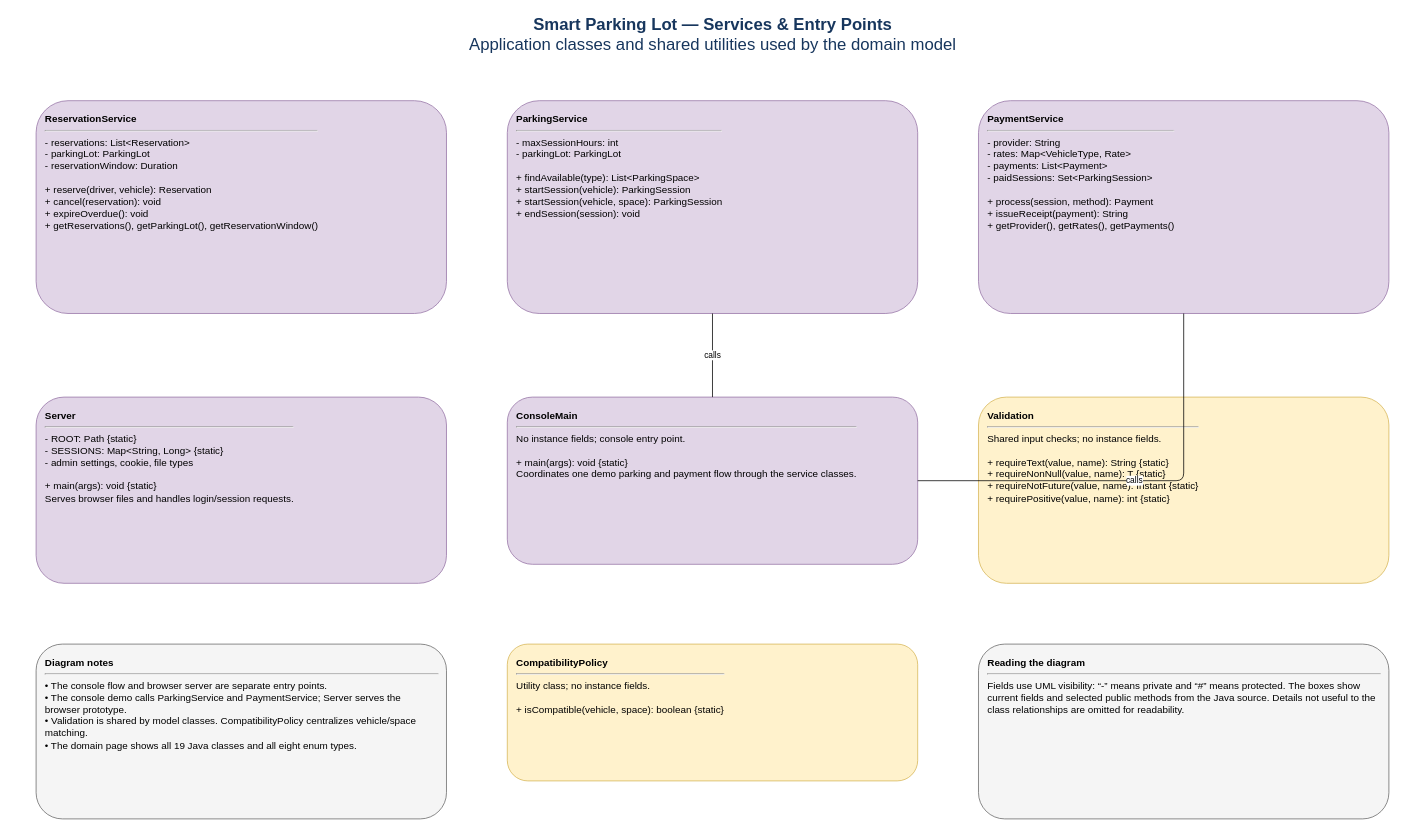
The draw.io diagram page "Services & Entry Points" (2 of 2) of diagrams/SPLS_Class_Diagram.drawio in andreinidea886-wq/Smart-Parking-lot, before the edit. Source tidied: cells renumbered, new cells numbered last; positions are measured from the earlier drawing's top-left corner, leaving out a move shared by most shapes. Both pictures are drawn from the tidied source at 76%, with x=0, y=0 at pixel (13, 13).
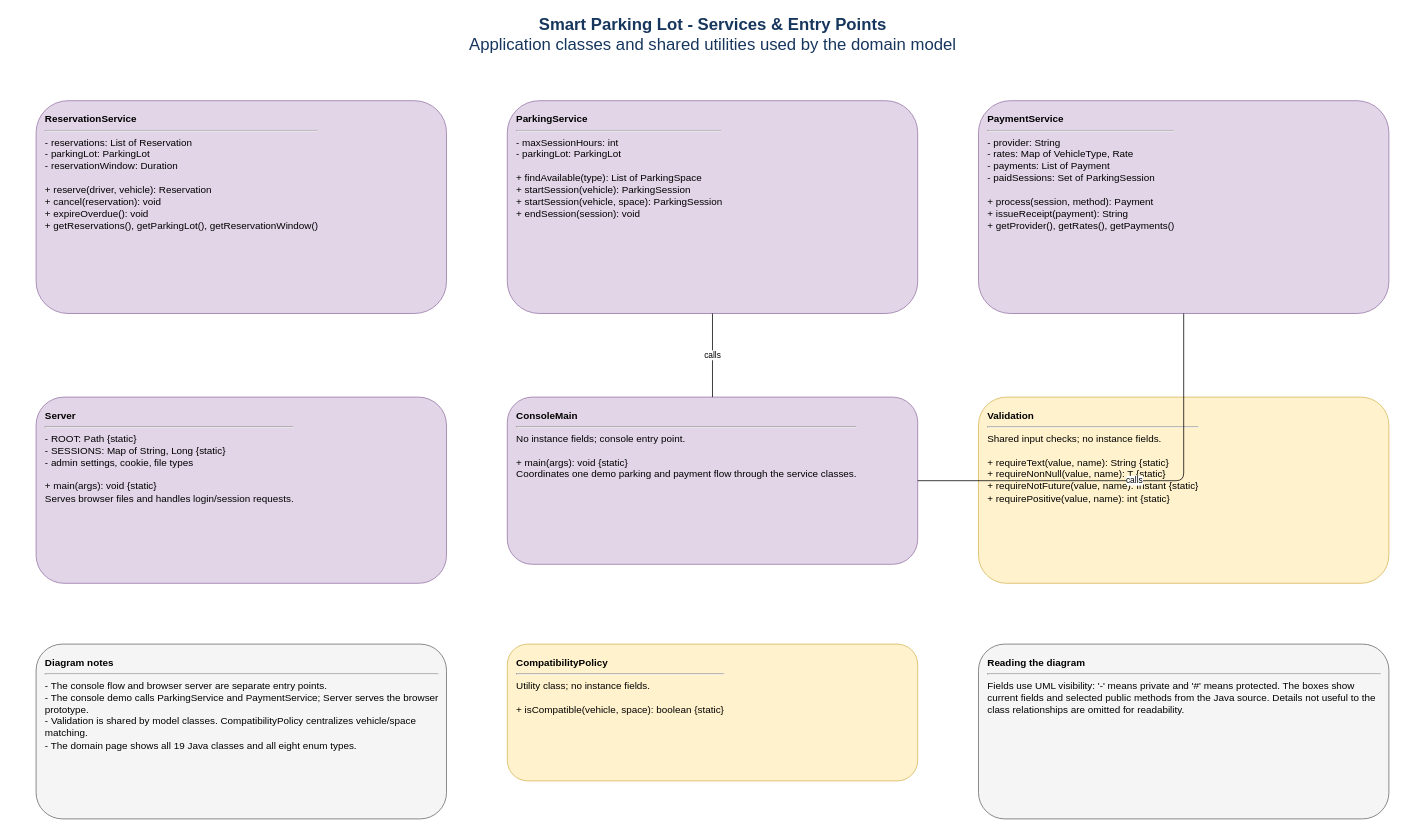
The same page after the edit.

Commit message (it also covers changes not shown here):
Fix class diagram text labels

What changed in the source:
```diff
@@
 <mxGraphModel>
   <root>
     <mxCell id="0" />
     <mxCell id="1" parent="0" />
-    <mxCell id="2" value="&lt;b&gt;Smart Parking Lot — Services &amp; Entry Points&lt;/b&gt;&lt;br/&gt;Application classes and shared utilities used by the domain model" style="text;html=1;align=center;verticalAlign=middle;fontSize=22;fontColor=#17365D;" parent="1" vertex="1">
+    <mxCell id="2" value="&lt;b&gt;Smart Parking Lot  -  Services &amp; Entry Points&lt;/b&gt;&lt;br/&gt;Application classes and shared utilities used by the domain model" style="text;html=1;align=center;verticalAlign=middle;fontSize=22;fontColor=#17365D;" parent="1" vertex="1">
       <mxGeometry width="1840" height="55" as="geometry" />
     </mxCell>
-    <mxCell id="3" value="&lt;b&gt;ReservationService&lt;/b&gt;&lt;hr align='left'/&gt;- reservations: List&amp;lt;Reservation&amp;gt;&lt;br/&gt;- parkingLot: ParkingLot&lt;br/&gt;- reservationWindow: Duration&lt;br/&gt;&lt;br/&gt;+ reserve(driver, vehicle): Reservation&lt;br/&gt;+ cancel(reservation): void&lt;br/&gt;+ expireOverdue(): void&lt;br/&gt;+ getReservations(), getParkingLot(), getReservationWindow()" style="rounded=1;whiteSpace=wrap;html=1;align=left;verticalAlign=top;spacing=12;fontSize=13;fillColor=#e1d5e7;strokeColor=#9673a6;" parent="1" vertex="1">
+    <mxCell id="3" value="&lt;b&gt;ReservationService&lt;/b&gt;&lt;hr align='left'/&gt;- reservations: List of Reservation&lt;br/&gt;- parkingLot: ParkingLot&lt;br/&gt;- reservationWindow: Duration&lt;br/&gt;&lt;br/&gt;+ reserve(driver, vehicle): Reservation&lt;br/&gt;+ cancel(reservation): void&lt;br/&gt;+ expireOverdue(): void&lt;br/&gt;+ getReservations(), getParkingLot(), getReservationWindow()" style="rounded=1;whiteSpace=wrap;html=1;align=left;verticalAlign=top;spacing=12;fontSize=13;fillColor=#e1d5e7;strokeColor=#9673a6;" parent="1" vertex="1">
       <mxGeometry x="30" y="115" width="540" height="280" as="geometry" />
     </mxCell>
-    <mxCell id="4" value="&lt;b&gt;ParkingService&lt;/b&gt;&lt;hr align='left'/&gt;- maxSessionHours: int&lt;br/&gt;- parkingLot: ParkingLot&lt;br/&gt;&lt;br/&gt;+ findAvailable(type): List&amp;lt;ParkingSpace&amp;gt;&lt;br/&gt;+ startSession(vehicle): ParkingSession&lt;br/&gt;+ startSession(vehicle, space): ParkingSession&lt;br/&gt;+ endSession(session): void" style="rounded=1;whiteSpace=wrap;html=1;align=left;verticalAlign=top;spacing=12;fontSize=13;fillColor=#e1d5e7;strokeColor=#9673a6;" parent="1" vertex="1">
+    <mxCell id="4" value="&lt;b&gt;ParkingService&lt;/b&gt;&lt;hr align='left'/&gt;- maxSessionHours: int&lt;br/&gt;- parkingLot: ParkingLot&lt;br/&gt;&lt;br/&gt;+ findAvailable(type): List of ParkingSpace&lt;br/&gt;+ startSession(vehicle): ParkingSession&lt;br/&gt;+ startSession(vehicle, space): ParkingSession&lt;br/&gt;+ endSession(session): void" style="rounded=1;whiteSpace=wrap;html=1;align=left;verticalAlign=top;spacing=12;fontSize=13;fillColor=#e1d5e7;strokeColor=#9673a6;" parent="1" vertex="1">
       <mxGeometry x="650" y="115" width="540" height="280" as="geometry" />
     </mxCell>
-    <mxCell id="5" value="&lt;b&gt;PaymentService&lt;/b&gt;&lt;hr align='left'/&gt;- provider: String&lt;br/&gt;- rates: Map&amp;lt;VehicleType, Rate&amp;gt;&lt;br/&gt;- payments: List&amp;lt;Payment&amp;gt;&lt;br/&gt;- paidSessions: Set&amp;lt;ParkingSession&amp;gt;&lt;br/&gt;&lt;br/&gt;+ process(session, method): Payment&lt;br/&gt;+ issueReceipt(payment): String&lt;br/&gt;+ getProvider(), getRates(), getPayments()" style="rounded=1;whiteSpace=wrap;html=1;align=left;verticalAlign=top;spacing=12;fontSize=13;fillColor=#e1d5e7;strokeColor=#9673a6;" parent="1" vertex="1">
+    <mxCell id="5" value="&lt;b&gt;PaymentService&lt;/b&gt;&lt;hr align='left'/&gt;- provider: String&lt;br/&gt;- rates: Map of VehicleType, Rate&lt;br/&gt;- payments: List of Payment&lt;br/&gt;- paidSessions: Set of ParkingSession&lt;br/&gt;&lt;br/&gt;+ process(session, method): Payment&lt;br/&gt;+ issueReceipt(payment): String&lt;br/&gt;+ getProvider(), getRates(), getPayments()" style="rounded=1;whiteSpace=wrap;html=1;align=left;verticalAlign=top;spacing=12;fontSize=13;fillColor=#e1d5e7;strokeColor=#9673a6;" parent="1" vertex="1">
       <mxGeometry x="1270" y="115" width="540" height="280" as="geometry" />
     </mxCell>
-    <mxCell id="6" value="&lt;b&gt;Server&lt;/b&gt;&lt;hr align='left'/&gt;- ROOT: Path {static}&lt;br/&gt;- SESSIONS: Map&amp;lt;String, Long&amp;gt; {static}&lt;br/&gt;- admin settings, cookie, file types&lt;br/&gt;&lt;br/&gt;+ main(args): void {static}&lt;br/&gt;Serves browser files and handles login/session requests." style="rounded=1;whiteSpace=wrap;html=1;align=left;verticalAlign=top;spacing=12;fontSize=13;fillColor=#e1d5e7;strokeColor=#9673a6;" parent="1" vertex="1">
+    <mxCell id="6" value="&lt;b&gt;Server&lt;/b&gt;&lt;hr align='left'/&gt;- ROOT: Path {static}&lt;br/&gt;- SESSIONS: Map of String, Long {static}&lt;br/&gt;- admin settings, cookie, file types&lt;br/&gt;&lt;br/&gt;+ main(args): void {static}&lt;br/&gt;Serves browser files and handles login/session requests." style="rounded=1;whiteSpace=wrap;html=1;align=left;verticalAlign=top;spacing=12;fontSize=13;fillColor=#e1d5e7;strokeColor=#9673a6;" parent="1" vertex="1">
       <mxGeometry x="30" y="505" width="540" height="245" as="geometry" />
     </mxCell>
     <mxCell id="7" value="&lt;b&gt;ConsoleMain&lt;/b&gt;&lt;hr align='left'/&gt;No instance fields; console entry point.&lt;br/&gt;&lt;br/&gt;+ main(args): void {static}&lt;br/&gt;Coordinates one demo parking and payment flow through the service classes." style="rounded=1;whiteSpace=wrap;html=1;align=left;verticalAlign=top;spacing=12;fontSize=13;fillColor=#e1d5e7;strokeColor=#9673a6;" parent="1" vertex="1">
       <mxGeometry x="650" y="505" width="540" height="220" as="geometry" />
     </mxCell>
     <mxCell id="8" value="&lt;b&gt;Validation&lt;/b&gt;&lt;hr align='left'/&gt;Shared input checks; no instance fields.&lt;br/&gt;&lt;br/&gt;+ requireText(value, name): String {static}&lt;br/&gt;+ requireNonNull(value, name): T {static}&lt;br/&gt;+ requireNotFuture(value, name): Instant {static}&lt;br/&gt;+ requirePositive(value, name): int {static}" style="rounded=1;whiteSpace=wrap;html=1;align=left;verticalAlign=top;spacing=12;fontSize=13;fillColor=#fff2cc;strokeColor=#d6b656;" parent="1" vertex="1">
       <mxGeometry x="1270" y="505" width="540" height="245" as="geometry" />
     </mxCell>
     <mxCell id="9" value="&lt;b&gt;CompatibilityPolicy&lt;/b&gt;&lt;hr align='left'/&gt;Utility class; no instance fields.&lt;br/&gt;&lt;br/&gt;+ isCompatible(vehicle, space): boolean {static}" style="rounded=1;whiteSpace=wrap;html=1;align=left;verticalAlign=top;spacing=12;fontSize=13;fillColor=#fff2cc;strokeColor=#d6b656;" parent="1" vertex="1">
       <mxGeometry x="650" y="830" width="540" height="180" as="geometry" />
     </mxCell>
-    <mxCell id="10" value="&lt;b&gt;Diagram notes&lt;/b&gt;&lt;hr align='left'/&gt;• The console flow and browser server are separate entry points.&lt;br/&gt;• The console demo calls ParkingService and PaymentService; Server serves the browser prototype.&lt;br/&gt;• Validation is shared by model classes. CompatibilityPolicy centralizes vehicle/space matching.&lt;br/&gt;• The domain page shows all 19 Java classes and all eight enum types." style="rounded=1;whiteSpace=wrap;html=1;align=left;verticalAlign=top;spacing=12;fontSize=13;fillColor=#f5f5f5;strokeColor=#666666;" parent="1" vertex="1">
+    <mxCell id="10" value="&lt;b&gt;Diagram notes&lt;/b&gt;&lt;hr align='left'/&gt;- The console flow and browser server are separate entry points.&lt;br/&gt;- The console demo calls ParkingService and PaymentService; Server serves the browser prototype.&lt;br/&gt;- Validation is shared by model classes. CompatibilityPolicy centralizes vehicle/space matching.&lt;br/&gt;- The domain page shows all 19 Java classes and all eight enum types." style="rounded=1;whiteSpace=wrap;html=1;align=left;verticalAlign=top;spacing=12;fontSize=13;fillColor=#f5f5f5;strokeColor=#666666;" parent="1" vertex="1">
       <mxGeometry x="30" y="830" width="540" height="230" as="geometry" />
     </mxCell>
-    <mxCell id="11" value="&lt;b&gt;Reading the diagram&lt;/b&gt;&lt;hr align='left'/&gt;Fields use UML visibility: “-” means private and “#” means protected. The boxes show current fields and selected public methods from the Java source. Details not useful to the class relationships are omitted for readability." style="rounded=1;whiteSpace=wrap;html=1;align=left;verticalAlign=top;spacing=12;fontSize=13;fillColor=#f5f5f5;strokeColor=#666666;" parent="1" vertex="1">
+    <mxCell id="11" value="&lt;b&gt;Reading the diagram&lt;/b&gt;&lt;hr align='left'/&gt;Fields use UML visibility: '-' means private and '#' means protected. The boxes show current fields and selected public methods from the Java source. Details not useful to the class relationships are omitted for readability." style="rounded=1;whiteSpace=wrap;html=1;align=left;verticalAlign=top;spacing=12;fontSize=13;fillColor=#f5f5f5;strokeColor=#666666;" parent="1" vertex="1">
       <mxGeometry x="1270" y="830" width="540" height="230" as="geometry" />
     </mxCell>
     <mxCell id="12" value="calls" style="edgeStyle=orthogonalEdgeStyle;rounded=1;jettySize=auto;html=1;endArrow=none;fontSize=11;" parent="1" edge="1" source="7" target="4">
       <mxGeometry relative="1" as="geometry" />
     </mxCell>
     <mxCell id="13" value="calls" style="edgeStyle=orthogonalEdgeStyle;rounded=1;jettySize=auto;html=1;endArrow=none;fontSize=11;" parent="1" edge="1" source="7" target="5">
       <mxGeometry relative="1" as="geometry" />
     </mxCell>
   </root>
 </mxGraphModel>
```
